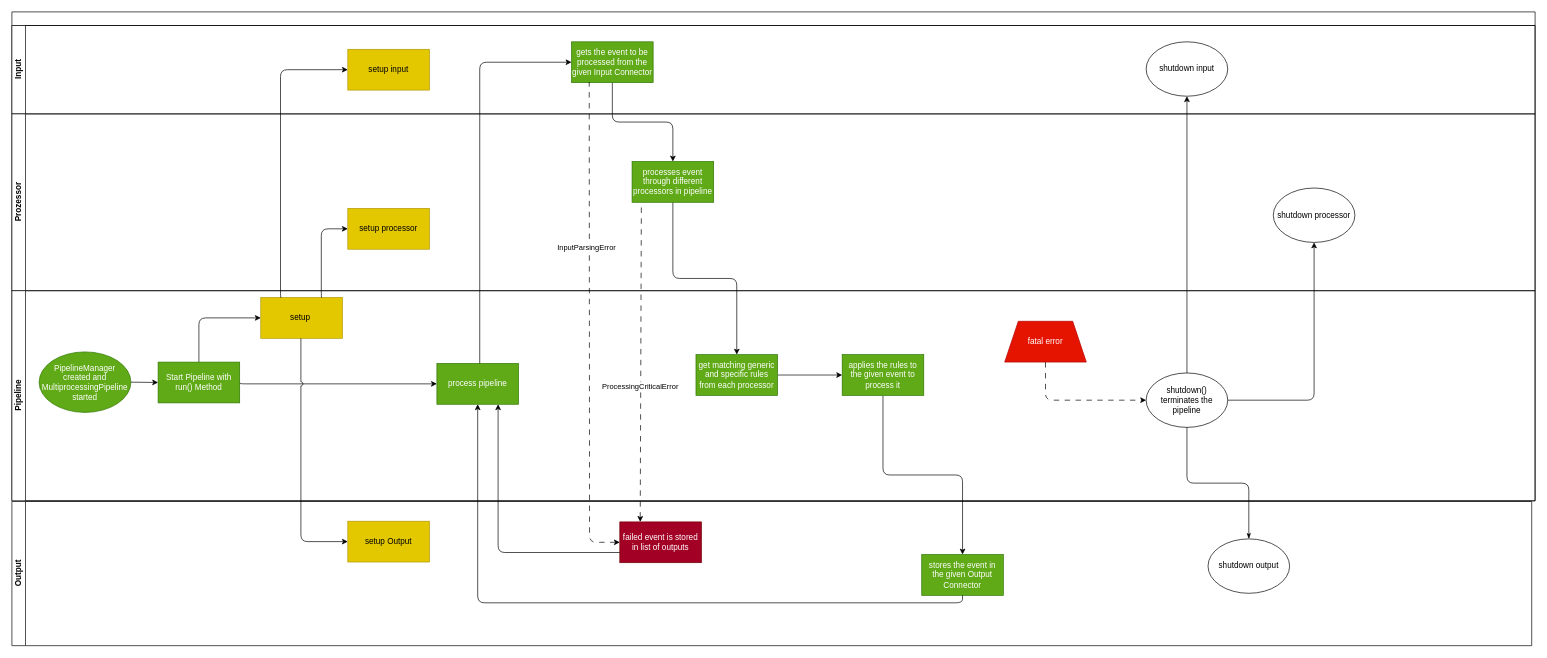
Before: doc/source/development/architecture/diagramms/pipeline.drawio in fkie-cad/Logprep, a draw.io diagram. Source tidied: cells renumbered, new cells numbered last; positions are measured from the earlier drawing's top-left corner, leaving out a move shared by most shapes. Both pictures are drawn from the tidied source at 68%, with x=0, y=0 at pixel (12, 12).
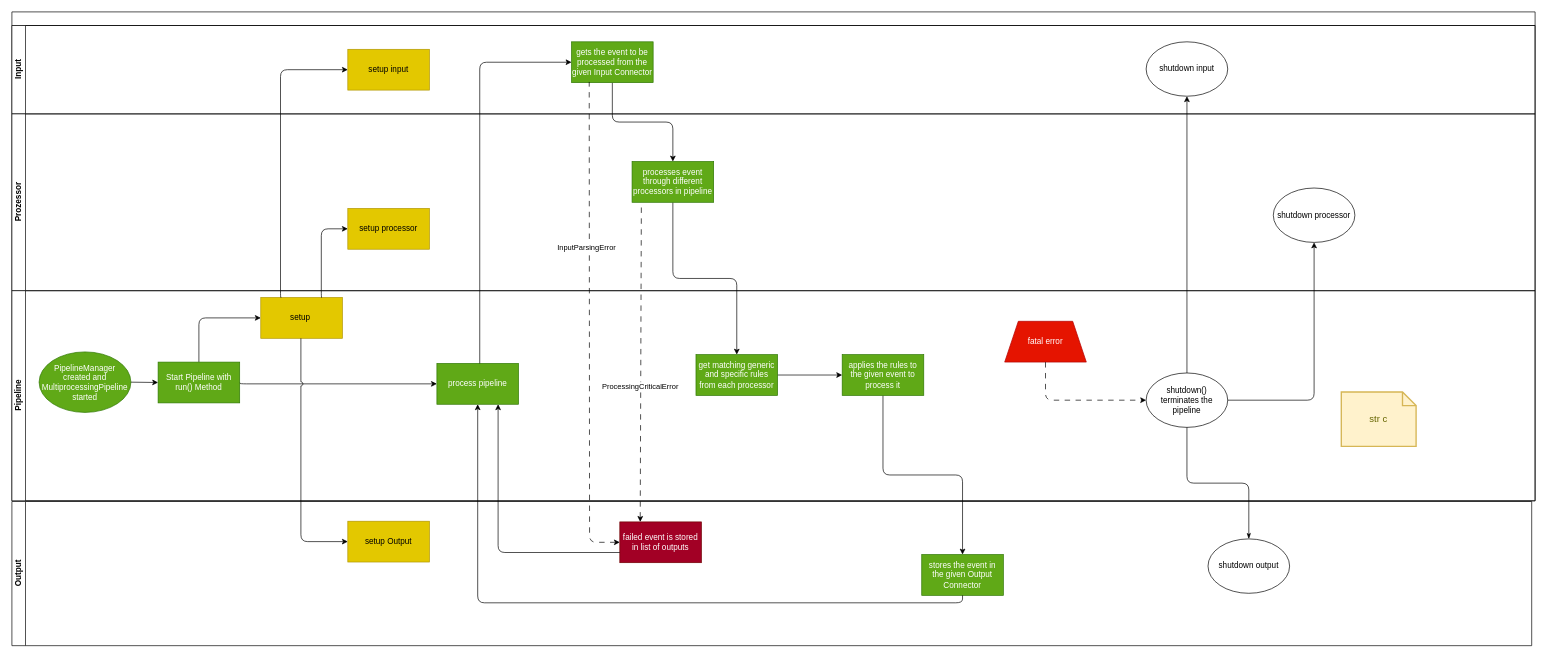
The same page after the edit.

Commit message (it also covers changes not shown here):
update diagram processor and pipeline

Unchanged cells that the change refers to:
```xml
<mxCell id="9" value="Pipeline" style="swimlane;startSize=20;horizontal=0;html=1;" parent="2" vertex="1">
  <mxGeometry y="410" width="2240" height="309" as="geometry" />
</mxCell>
```

The edit, as a diff of the source:
```diff
@@
+    <mxCell id="46" value="str c" style="shape=note;strokeWidth=2;fontSize=14;size=20;whiteSpace=wrap;html=1;fillColor=#fff2cc;strokeColor=#d6b656;fontColor=#666600;" parent="9" vertex="1">
+      <mxGeometry x="1955" y="149" width="110" height="80" as="geometry" />
+    </mxCell>
```
